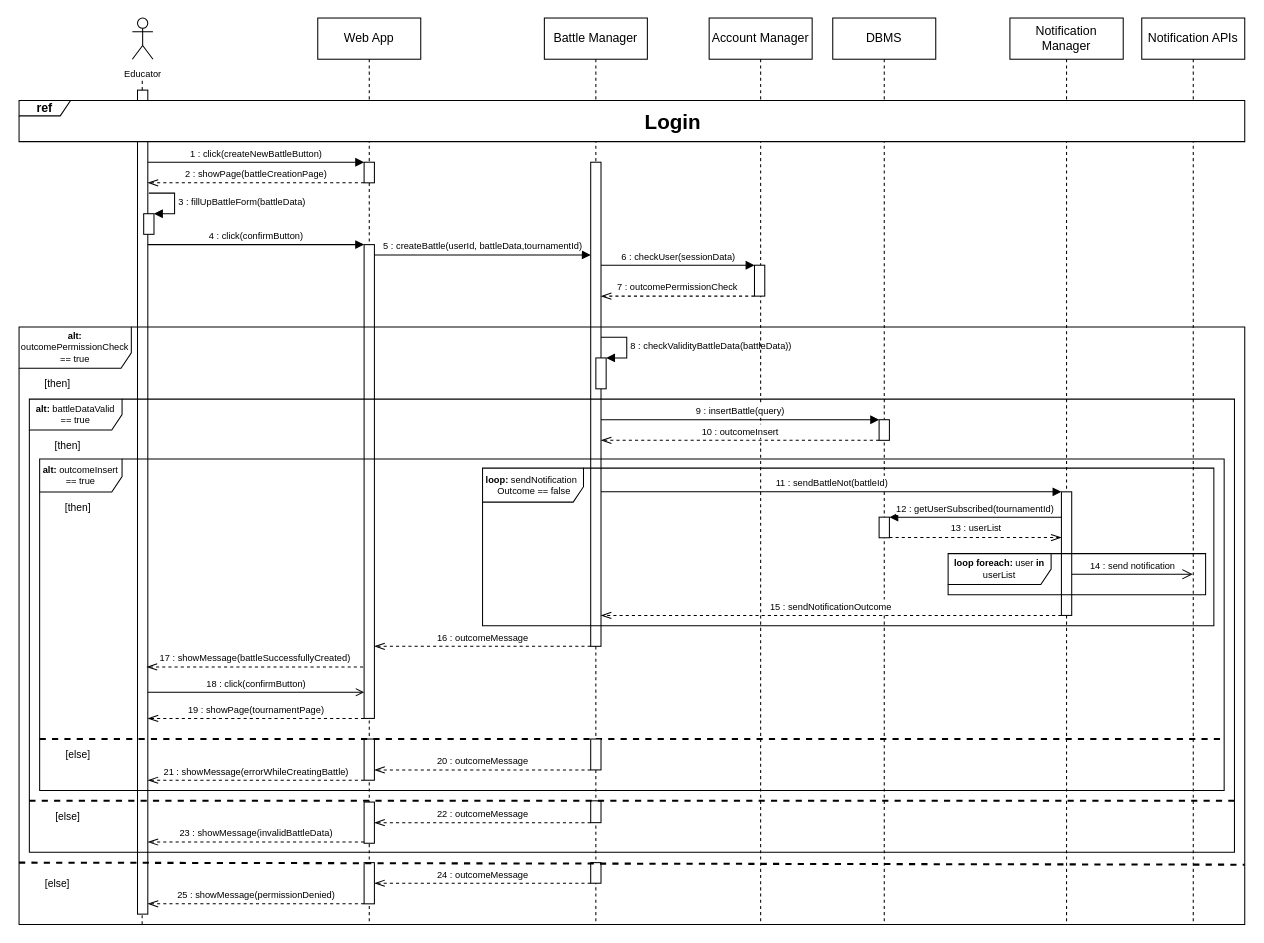
The draw.io diagram DDwip/ExtraFiles/Sequence/Sequence6DD.drawio in francescospangaro/SpangaroTosettiRiccardi, before the edit. Source tidied: cells renumbered, new cells numbered last; positions are measured from the earlier drawing's top-left corner, leaving out a move shared by most shapes. Both pictures are drawn from the tidied source at 103%, with x=0, y=0 at pixel (19, 18).
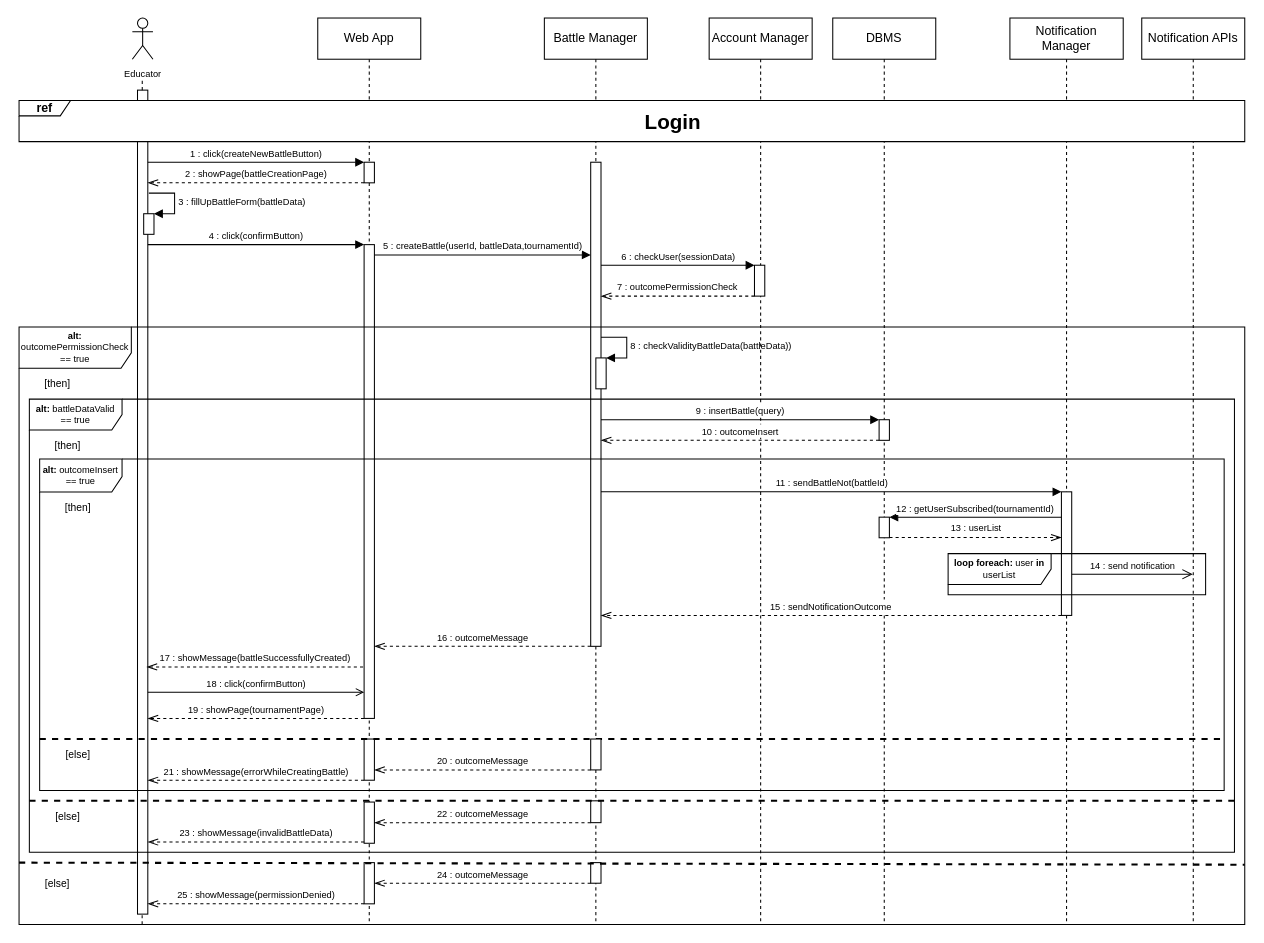
The same diagram, later.

Commit message (it also covers changes not shown here):
Minor changes to notification in sequence diagrams

Diff of the diagram source:
```diff
@@
-    <mxCell id="30" value="&lt;p style=&quot;line-height: 120%; font-size: 9px;&quot;&gt;&lt;b style=&quot;border-color: var(--border-color);&quot;&gt;loop:&amp;nbsp;&lt;/b&gt;sendNotification&amp;nbsp; &amp;nbsp;Outcome == false&lt;br&gt;&lt;/p&gt;" style="shape=umlFrame;whiteSpace=wrap;html=1;width=98;height=33;verticalAlign=middle;horizontal=1;labelPosition=center;verticalLabelPosition=middle;align=center;" parent="1" vertex="1">
-      <mxGeometry x="450" y="437" width="710" height="153" as="geometry" />
-    </mxCell>
```
